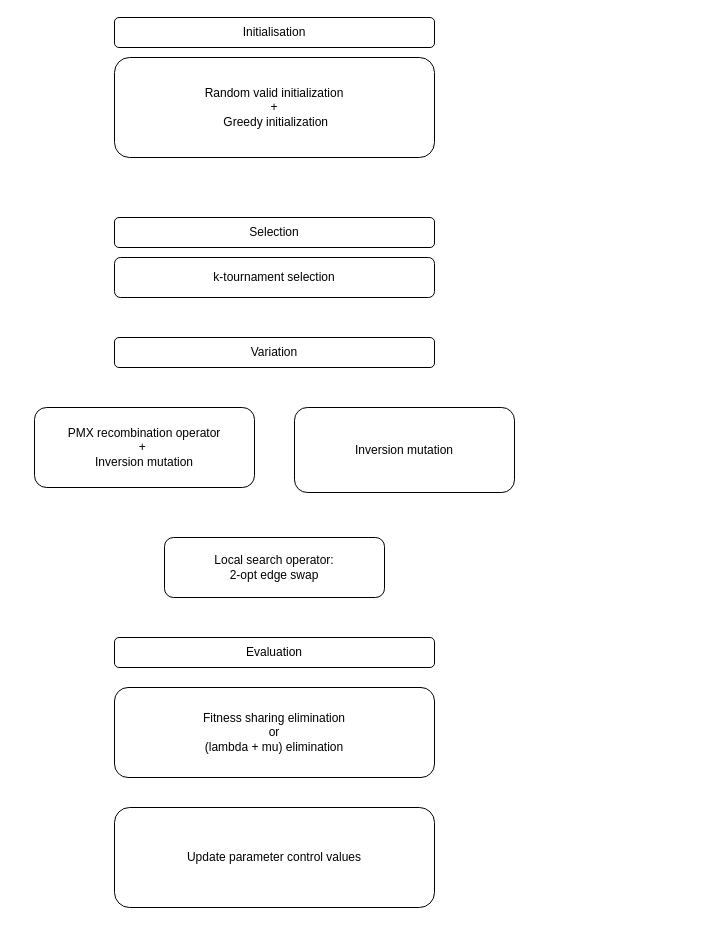
The draw.io diagram Report/MainLoopDiagram.drawio in debienicolas/TSPGeneticAlgorithm, before the edit. Source tidied: cells renumbered, new cells numbered last; positions are measured from the earlier drawing's top-left corner, leaving out a move shared by most shapes. Both pictures are drawn from the tidied source at 100%, with x=0, y=0 at pixel (34, 17).
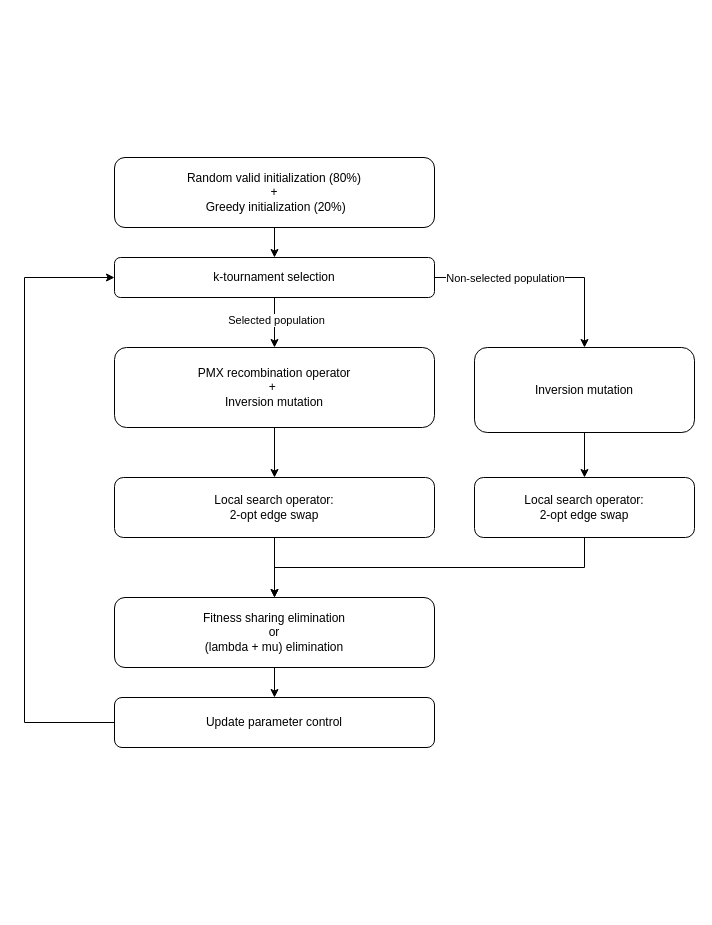
Above is the later version.

The change refers to these unchanged cells:
```xml
<mxCell id="11" value="k-tournament selection" style="rounded=1;whiteSpace=wrap;html=1;" parent="1" vertex="1">
  <mxGeometry x="80" y="240" width="320" height="40" as="geometry" />
</mxCell>
```

The edit, as a diff of the source:
```diff
@@
-    <mxCell id="2" value="Initialisation" style="rounded=1;whiteSpace=wrap;html=1;" parent="1" vertex="1">
-      <mxGeometry x="80" width="320" height="30" as="geometry" />
-    </mxCell>
-    <mxCell id="3" value="Selection" style="rounded=1;whiteSpace=wrap;html=1;" parent="1" vertex="1">
-      <mxGeometry x="80" y="200" width="320" height="30" as="geometry" />
-    </mxCell>
-    <mxCell id="4" value="Variation" style="rounded=1;whiteSpace=wrap;html=1;" parent="1" vertex="1">
-      <mxGeometry x="80" y="320" width="320" height="30" as="geometry" />
-    </mxCell>
-    <mxCell id="5" value="Evaluation" style="rounded=1;whiteSpace=wrap;html=1;" parent="1" vertex="1">
-      <mxGeometry x="80" y="620" width="320" height="30" as="geometry" />
-    </mxCell>
+    <mxCell id="13" style="edgeStyle=orthogonalEdgeStyle;rounded=0;jettySize=auto;html=1;entryX=0.5;entryY=0;entryDx=0;entryDy=0;" parent="1" edge="1" target="9">
+      <mxGeometry relative="1" as="geometry">
+        <mxPoint x="240" y="590" as="sourcePoint" />
+      </mxGeometry>
+    </mxCell>
+    <mxCell id="14" style="edgeStyle=orthogonalEdgeStyle;rounded=0;jettySize=auto;html=1;" parent="1" edge="1" source="6" target="8">
+      <mxGeometry relative="1" as="geometry" />
+    </mxCell>
     <mxCell id="6" value="PMX recombination operator&lt;br&gt;+&amp;nbsp;&lt;br&gt;Inversion mutation" style="rounded=1;whiteSpace=wrap;html=1;" parent="1" vertex="1">
-      <mxGeometry y="390" width="220" height="80" as="geometry" />
+      <mxGeometry x="80" y="330" width="320" height="80" as="geometry" />
     </mxCell>
+    <mxCell id="15" style="edgeStyle=orthogonalEdgeStyle;rounded=0;jettySize=auto;html=1;" parent="1" edge="1" source="7" target="25">
+      <mxGeometry relative="1" as="geometry" />
+    </mxCell>
     <mxCell id="7" value="Inversion mutation&lt;br&gt;" style="rounded=1;whiteSpace=wrap;html=1;" parent="1" vertex="1">
-      <mxGeometry x="260" y="390" width="220" height="85" as="geometry" />
+      <mxGeometry x="440" y="330" width="220" height="85" as="geometry" />
     </mxCell>
+    <mxCell id="16" style="edgeStyle=orthogonalEdgeStyle;rounded=0;jettySize=auto;html=1;entryX=0.5;entryY=0;entryDx=0;entryDy=0;" parent="1" edge="1" source="8" target="9">
+      <mxGeometry relative="1" as="geometry" />
+    </mxCell>
     <mxCell id="8" value="Local search operator:&lt;br&gt;2-opt edge swap" style="rounded=1;whiteSpace=wrap;html=1;" parent="1" vertex="1">
-      <mxGeometry x="130" y="520" width="220" height="60" as="geometry" />
+      <mxGeometry x="80" y="460" width="320" height="60" as="geometry" />
     </mxCell>
+    <mxCell id="17" style="edgeStyle=orthogonalEdgeStyle;rounded=0;jettySize=auto;html=1;" parent="1" edge="1" source="9" target="12">
+      <mxGeometry relative="1" as="geometry" />
+    </mxCell>
     <mxCell id="9" value="Fitness sharing elimination&lt;br&gt;or&lt;br&gt;(lambda + mu) elimination" style="rounded=1;whiteSpace=wrap;html=1;" parent="1" vertex="1">
-      <mxGeometry x="80" y="670" width="320" height="90" as="geometry" />
+      <mxGeometry x="80" y="580" width="320" height="70" as="geometry" />
     </mxCell>
+    <mxCell id="18" style="edgeStyle=orthogonalEdgeStyle;rounded=0;jettySize=auto;html=1;entryX=0.5;entryY=0;entryDx=0;entryDy=0;" parent="1" edge="1" source="10" target="11">
+      <mxGeometry relative="1" as="geometry" />
+    </mxCell>
-    <mxCell id="10" value="Random valid initialization&lt;br&gt;+&lt;br&gt;&amp;nbsp;Greedy initialization" style="rounded=1;whiteSpace=wrap;html=1;" parent="1" vertex="1">
-      <mxGeometry x="80" y="40" width="320" height="100" as="geometry" />
+    <mxCell id="10" value="Random valid initialization (80%)&lt;br&gt;+&lt;br&gt;&amp;nbsp;Greedy initialization (20%)" style="rounded=1;whiteSpace=wrap;html=1;" parent="1" vertex="1">
+      <mxGeometry x="80" y="140" width="320" height="70" as="geometry" />
     </mxCell>
+    <mxCell id="19" style="edgeStyle=orthogonalEdgeStyle;rounded=0;jettySize=auto;html=1;entryX=0.5;entryY=0;entryDx=0;entryDy=0;" parent="1" edge="1" source="11" target="7">
+      <mxGeometry relative="1" as="geometry" />
+    </mxCell>
+    <mxCell id="20" value="Non-selected population" style="edgeLabel;html=1;align=center;verticalAlign=middle;" parent="19" vertex="1">
+      <mxGeometry x="-0.47" y="-1" relative="1" as="geometry">
+        <mxPoint x="12" y="-1" as="offset" />
+      </mxGeometry>
+    </mxCell>
+    <mxCell id="21" style="edgeStyle=orthogonalEdgeStyle;rounded=0;jettySize=auto;html=1;entryX=0.5;entryY=0;entryDx=0;entryDy=0;" parent="1" edge="1" source="11" target="6">
+      <mxGeometry relative="1" as="geometry" />
+    </mxCell>
+    <mxCell id="22" value="Selected population" style="edgeLabel;html=1;align=center;verticalAlign=middle;" parent="21" vertex="1">
+      <mxGeometry x="-0.12" y="1" relative="1" as="geometry" />
+    </mxCell>
@@
+    <mxCell id="23" style="edgeStyle=orthogonalEdgeStyle;rounded=0;jettySize=auto;html=1;" parent="1" edge="1" source="12">
+      <mxGeometry relative="1" as="geometry">
+        <mxPoint x="80" y="260" as="targetPoint" />
+        <Array as="points">
+          <mxPoint x="-10" y="705" />
+          <mxPoint x="-10" y="260" />
+        </Array>
+      </mxGeometry>
+    </mxCell>
-    <mxCell id="12" value="Update parameter control values" style="rounded=1;whiteSpace=wrap;html=1;" parent="1" vertex="1">
-      <mxGeometry x="80" y="790" width="320" height="100" as="geometry" />
+    <mxCell id="12" value="Update parameter control" style="rounded=1;whiteSpace=wrap;html=1;" parent="1" vertex="1">
+      <mxGeometry x="80" y="680" width="320" height="50" as="geometry" />
     </mxCell>
+    <mxCell id="24" style="edgeStyle=orthogonalEdgeStyle;rounded=0;jettySize=auto;html=1;entryX=0.5;entryY=0;entryDx=0;entryDy=0;" parent="1" edge="1" source="25" target="9">
+      <mxGeometry relative="1" as="geometry">
+        <Array as="points">
+          <mxPoint x="550" y="550" />
+          <mxPoint x="240" y="550" />
+        </Array>
+      </mxGeometry>
+    </mxCell>
+    <mxCell id="25" value="Local search operator:&lt;br&gt;2-opt edge swap" style="rounded=1;whiteSpace=wrap;html=1;" parent="1" vertex="1">
+      <mxGeometry x="440" y="460" width="220" height="60" as="geometry" />
+    </mxCell>
```
